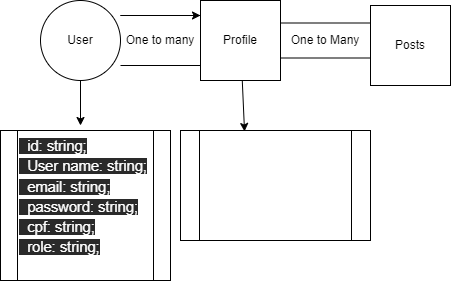
This is schema.drawio.png from he445/project-diarioofc, a draw.io export, as it was before one commit. Source tidied: cells renumbered, new cells last; positions are measured from the earlier drawing's top-left corner, leaving out a move shared by most shapes.
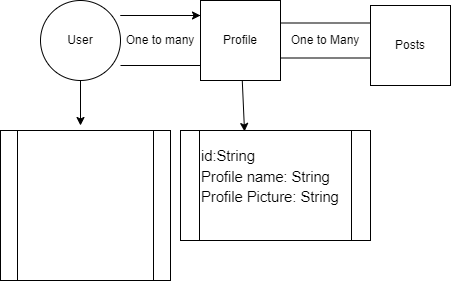
Later version of the same file.

Diff of the diagram source:
```diff
@@ -28,10 +28,10 @@
     <mxCell id="9" value="One to Many" style="shape=partialRectangle;whiteSpace=wrap;html=1;left=0;right=0;fillColor=none;" parent="1" vertex="1">
       <mxGeometry x="280" y="22.5" width="90" height="35" as="geometry" />
     </mxCell>
-    <mxCell id="10" value="&lt;span id=&quot;docs-internal-guid-df282f5a-7fff-cb5b-8f41-3b00759840ae&quot;&gt;&lt;p dir=&quot;ltr&quot; style=&quot;line-height: 1.38 ; margin-top: 0pt ; margin-bottom: 0pt&quot;&gt;&lt;span style=&quot;font-size: 11pt ; font-family: &amp;#34;arial&amp;#34; ; vertical-align: baseline ; background-color: rgb(42 , 42 , 42)&quot;&gt;&amp;nbsp;&amp;nbsp;id: string;&lt;/span&gt;&lt;/p&gt;&lt;p dir=&quot;ltr&quot; style=&quot;line-height: 1.38 ; margin-top: 0pt ; margin-bottom: 0pt&quot;&gt;&lt;span style=&quot;font-size: 11pt ; font-family: &amp;#34;arial&amp;#34; ; vertical-align: baseline ; background-color: rgb(42 , 42 , 42)&quot;&gt;&amp;nbsp; User name: string;&lt;/span&gt;&lt;/p&gt;&lt;p dir=&quot;ltr&quot; style=&quot;line-height: 1.38 ; margin-top: 0pt ; margin-bottom: 0pt&quot;&gt;&lt;span style=&quot;font-size: 11pt ; font-family: &amp;#34;arial&amp;#34; ; vertical-align: baseline ; background-color: rgb(42 , 42 , 42)&quot;&gt;&amp;nbsp;&amp;nbsp;email: string;&lt;/span&gt;&lt;/p&gt;&lt;p dir=&quot;ltr&quot; style=&quot;line-height: 1.38 ; margin-top: 0pt ; margin-bottom: 0pt&quot;&gt;&lt;span style=&quot;font-size: 11pt ; font-family: &amp;#34;arial&amp;#34; ; vertical-align: baseline ; background-color: rgb(42 , 42 , 42)&quot;&gt;&amp;nbsp;&amp;nbsp;password: string;&lt;/span&gt;&lt;/p&gt;&lt;p dir=&quot;ltr&quot; style=&quot;line-height: 1.38 ; margin-top: 0pt ; margin-bottom: 0pt&quot;&gt;&lt;span style=&quot;font-size: 11pt ; font-family: &amp;#34;arial&amp;#34; ; vertical-align: baseline ; background-color: rgb(42 , 42 , 42)&quot;&gt;&amp;nbsp;&amp;nbsp;cpf: string;&lt;/span&gt;&lt;/p&gt;&lt;p dir=&quot;ltr&quot; style=&quot;line-height: 1.38 ; margin-top: 0pt ; margin-bottom: 0pt&quot;&gt;&lt;span style=&quot;font-size: 11pt ; font-family: &amp;#34;arial&amp;#34; ; vertical-align: baseline ; background-color: rgb(42 , 42 , 42)&quot;&gt;&amp;nbsp;&amp;nbsp;role: string;&lt;/span&gt;&lt;/p&gt;&lt;div&gt;&lt;span style=&quot;font-size: 11pt ; font-family: &amp;#34;arial&amp;#34; ; color: rgb(0 , 0 , 0) ; background-color: transparent ; vertical-align: baseline&quot;&gt;&lt;br&gt;&lt;/span&gt;&lt;/div&gt;&lt;/span&gt;" style="shape=process;whiteSpace=wrap;html=1;backgroundOutline=1;labelBackgroundColor=default;fontColor=#FFFFFF;align=left;" parent="1" vertex="1">
+    <mxCell id="10" value="&lt;span id=&quot;docs-internal-guid-df282f5a-7fff-cb5b-8f41-3b00759840ae&quot;&gt;&lt;p dir=&quot;ltr&quot; style=&quot;line-height: 1.38 ; margin-top: 0pt ; margin-bottom: 0pt&quot;&gt;&lt;span style=&quot;font-size: 11pt; font-family: arial; vertical-align: baseline;&quot;&gt;&amp;nbsp;&amp;nbsp;id: string;&lt;/span&gt;&lt;/p&gt;&lt;p dir=&quot;ltr&quot; style=&quot;line-height: 1.38 ; margin-top: 0pt ; margin-bottom: 0pt&quot;&gt;&lt;span style=&quot;font-size: 11pt; font-family: arial; vertical-align: baseline;&quot;&gt;&amp;nbsp; User name: string;&lt;/span&gt;&lt;/p&gt;&lt;p dir=&quot;ltr&quot; style=&quot;line-height: 1.38 ; margin-top: 0pt ; margin-bottom: 0pt&quot;&gt;&lt;span style=&quot;font-size: 11pt; font-family: arial; vertical-align: baseline;&quot;&gt;&amp;nbsp;&amp;nbsp;email: string;&lt;/span&gt;&lt;/p&gt;&lt;p dir=&quot;ltr&quot; style=&quot;line-height: 1.38 ; margin-top: 0pt ; margin-bottom: 0pt&quot;&gt;&lt;span style=&quot;font-size: 11pt; font-family: arial; vertical-align: baseline;&quot;&gt;&amp;nbsp;&amp;nbsp;password: string;&lt;/span&gt;&lt;/p&gt;&lt;p dir=&quot;ltr&quot; style=&quot;line-height: 1.38 ; margin-top: 0pt ; margin-bottom: 0pt&quot;&gt;&lt;span style=&quot;font-size: 11pt; font-family: arial; vertical-align: baseline;&quot;&gt;&amp;nbsp;&amp;nbsp;cpf: string;&lt;/span&gt;&lt;/p&gt;&lt;p dir=&quot;ltr&quot; style=&quot;line-height: 1.38 ; margin-top: 0pt ; margin-bottom: 0pt&quot;&gt;&lt;span style=&quot;font-size: 11pt; font-family: arial; vertical-align: baseline;&quot;&gt;&amp;nbsp;&amp;nbsp;role: string;&lt;/span&gt;&lt;/p&gt;&lt;div&gt;&lt;span style=&quot;font-size: 11pt; font-family: arial; color: rgb(0, 0, 0); vertical-align: baseline;&quot;&gt;&lt;br&gt;&lt;/span&gt;&lt;/div&gt;&lt;/span&gt;" style="shape=process;whiteSpace=wrap;html=1;backgroundOutline=1;labelBackgroundColor=none;fontColor=#FFFFFF;align=left;" parent="1" vertex="1">
       <mxGeometry y="130" width="170" height="150" as="geometry" />
     </mxCell>
-    <mxCell id="11" value="&lt;span id=&quot;docs-internal-guid-a3b46b1f-7fff-5929-f7e5-c24bb7a05511&quot;&gt;&lt;p dir=&quot;ltr&quot; style=&quot;line-height: 1.38 ; margin-top: 0pt ; margin-bottom: 0pt&quot;&gt;&lt;span style=&quot;font-size: 11pt ; font-family: &amp;#34;arial&amp;#34; ; background-color: transparent ; vertical-align: baseline&quot;&gt;id:String&lt;/span&gt;&lt;/p&gt;&lt;p dir=&quot;ltr&quot; style=&quot;line-height: 1.38 ; margin-top: 0pt ; margin-bottom: 0pt&quot;&gt;&lt;span style=&quot;font-size: 11pt ; font-family: &amp;#34;arial&amp;#34; ; background-color: transparent ; vertical-align: baseline&quot;&gt;Profile name: String&lt;/span&gt;&lt;/p&gt;&lt;p dir=&quot;ltr&quot; style=&quot;line-height: 1.38 ; margin-top: 0pt ; margin-bottom: 0pt&quot;&gt;&lt;span style=&quot;font-size: 11pt ; font-family: &amp;#34;arial&amp;#34; ; background-color: transparent ; vertical-align: baseline&quot;&gt;Profile Picture: String&lt;/span&gt;&lt;/p&gt;&lt;div&gt;&lt;span style=&quot;font-size: 11pt ; font-family: &amp;#34;arial&amp;#34; ; color: rgb(0 , 0 , 0) ; background-color: transparent ; vertical-align: baseline&quot;&gt;&lt;br&gt;&lt;/span&gt;&lt;/div&gt;&lt;/span&gt;" style="shape=process;whiteSpace=wrap;html=1;backgroundOutline=1;align=left;fontColor=#FFFFFF;labelBackgroundColor=default;" parent="1" vertex="1">
+    <mxCell id="11" value="&lt;span id=&quot;docs-internal-guid-a3b46b1f-7fff-5929-f7e5-c24bb7a05511&quot;&gt;&lt;p dir=&quot;ltr&quot; style=&quot;line-height: 1.38 ; margin-top: 0pt ; margin-bottom: 0pt&quot;&gt;&lt;span style=&quot;font-size: 11pt; font-family: arial; vertical-align: baseline;&quot;&gt;id:String&lt;/span&gt;&lt;/p&gt;&lt;p dir=&quot;ltr&quot; style=&quot;line-height: 1.38 ; margin-top: 0pt ; margin-bottom: 0pt&quot;&gt;&lt;span style=&quot;font-size: 11pt; font-family: arial; vertical-align: baseline;&quot;&gt;Profile name: String&lt;/span&gt;&lt;/p&gt;&lt;p dir=&quot;ltr&quot; style=&quot;line-height: 1.38 ; margin-top: 0pt ; margin-bottom: 0pt&quot;&gt;&lt;span style=&quot;font-size: 11pt; font-family: arial; vertical-align: baseline;&quot;&gt;Profile Picture: String&lt;/span&gt;&lt;/p&gt;&lt;div&gt;&lt;span style=&quot;font-size: 11pt ; font-family: &amp;quot;arial&amp;quot; ; color: rgb(0 , 0 , 0) ; vertical-align: baseline&quot;&gt;&lt;br&gt;&lt;/span&gt;&lt;/div&gt;&lt;/span&gt;" style="shape=process;whiteSpace=wrap;html=1;backgroundOutline=1;align=left;labelBackgroundColor=none;" parent="1" vertex="1">
       <mxGeometry x="180" y="130" width="190" height="110" as="geometry" />
     </mxCell>
   </root>
```
